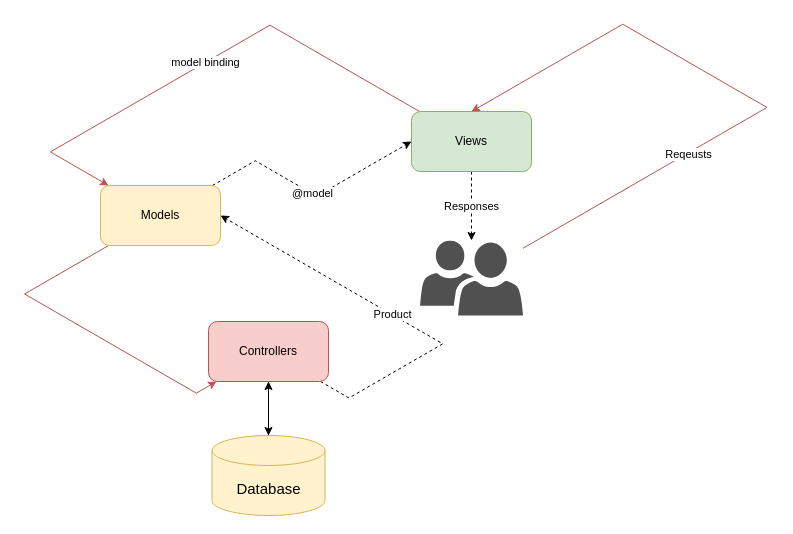
Above: page "MVC" (1 of 5) of Draws.drawio in zcomert/btk-akademi-aspnet-core-mvc-bootcamp-samsun (draw.io), before the change. Source tidied: cells renumbered, new cells numbered last; positions are measured from the earlier drawing's top-left corner, leaving out a move shared by most shapes. Both pictures are drawn from the tidied source at 100%, with x=0, y=0 at pixel (100, 53).
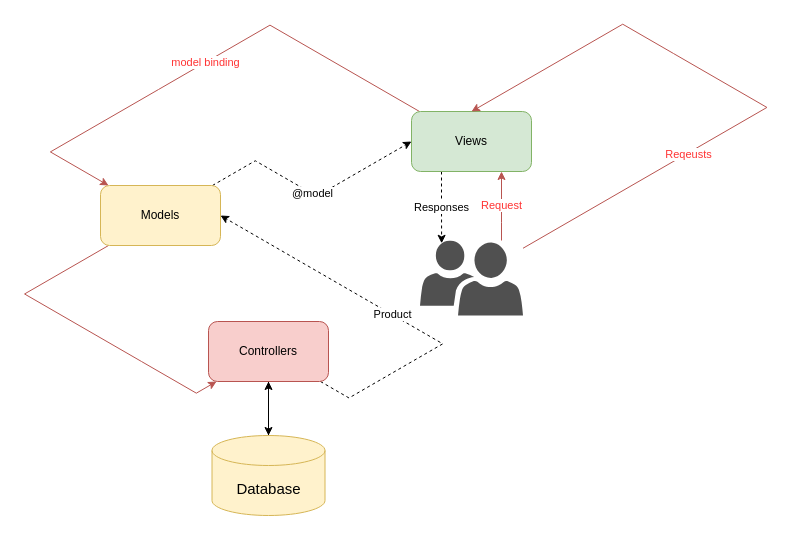
After the change.

Unchanged cells that the change refers to:
```xml
<mxCell id="4" value="Models" style="rounded=1;whiteSpace=wrap;html=1;fillColor=#fff2cc;strokeColor=#d6b656;" parent="1" vertex="1">
  <mxGeometry y="132" width="120" height="60" as="geometry" />
</mxCell>
<mxCell id="7" value="Views" style="rounded=1;whiteSpace=wrap;html=1;fillColor=#d5e8d4;strokeColor=#82b366;" parent="1" vertex="1">
  <mxGeometry x="311" y="58" width="120" height="60" as="geometry" />
</mxCell>
<mxCell id="14" style="shadow=0;dashed=0;html=1;strokeColor=none;labelPosition=center;verticalLabelPosition=bottom;verticalAlign=top;align=center;fillColor=#505050;shape=mxgraph.mscae.intune.user_group;" parent="1" vertex="1">
  <mxGeometry x="319.5" y="187" width="103" height="75" as="geometry" />
</mxCell>
```

Change to the diagram source:
```diff
@@
-    <mxCell id="5" value="model binding" style="edgeStyle=isometricEdgeStyle;rounded=0;jettySize=auto;html=1;elbow=vertical;fillColor=#f8cecc;strokeColor=#b85450;" parent="1" edge="1" source="7" target="4">
+    <mxCell id="5" value="&lt;font color=&quot;#ff3333&quot;&gt;model binding&lt;/font&gt;" style="edgeStyle=isometricEdgeStyle;rounded=0;jettySize=auto;html=1;elbow=vertical;fillColor=#f8cecc;strokeColor=#b85450;" parent="1" edge="1" source="7" target="4">
       <mxGeometry relative="1" as="geometry">
         <Array as="points">
           <mxPoint x="58" y="36" />
         </Array>
       </mxGeometry>
     </mxCell>
-    <mxCell id="6" value="Responses" style="edgeStyle=orthogonalEdgeStyle;rounded=0;jettySize=auto;html=1;dashed=1;" parent="1" edge="1" source="7" target="14">
+    <mxCell id="6" value="Responses" style="edgeStyle=orthogonalEdgeStyle;rounded=0;jettySize=auto;html=1;dashed=1;exitX=0.25;exitY=1;exitDx=0;exitDy=0;entryX=0.21;entryY=0.037;entryDx=0;entryDy=0;entryPerimeter=0;" parent="1" edge="1" source="7" target="14">
       <mxGeometry relative="1" as="geometry" />
     </mxCell>
@@
-    <mxCell id="13" value="Reqeusts" style="edgeStyle=isometricEdgeStyle;rounded=0;jettySize=auto;html=1;entryX=0.5;entryY=0;entryDx=0;entryDy=0;fillColor=#f8cecc;strokeColor=#b85450;" parent="1" edge="1" source="14" target="7">
+    <mxCell id="13" value="&lt;font color=&quot;#ff3333&quot;&gt;Reqeusts&lt;/font&gt;" style="edgeStyle=isometricEdgeStyle;rounded=0;jettySize=auto;html=1;entryX=0.5;entryY=0;entryDx=0;entryDy=0;fillColor=#f8cecc;strokeColor=#b85450;" parent="1" edge="1" source="14" target="7">
       <mxGeometry x="-0.39" y="-1" relative="1" as="geometry">
         <Array as="points">
           <mxPoint x="573" />
         </Array>
       </mxGeometry>
     </mxCell>
+    <mxCell id="15" value="&lt;font color=&quot;#ff3333&quot;&gt;Request&lt;/font&gt;" style="edgeStyle=orthogonalEdgeStyle;rounded=0;jettySize=auto;html=1;entryX=0.75;entryY=1;entryDx=0;entryDy=0;fillColor=#f8cecc;strokeColor=#b85450;" parent="1" edge="1" source="14" target="7">
+      <mxGeometry relative="1" as="geometry">
+        <Array as="points">
+          <mxPoint x="401" y="169" />
+          <mxPoint x="401" y="169" />
+        </Array>
+      </mxGeometry>
+    </mxCell>
```
